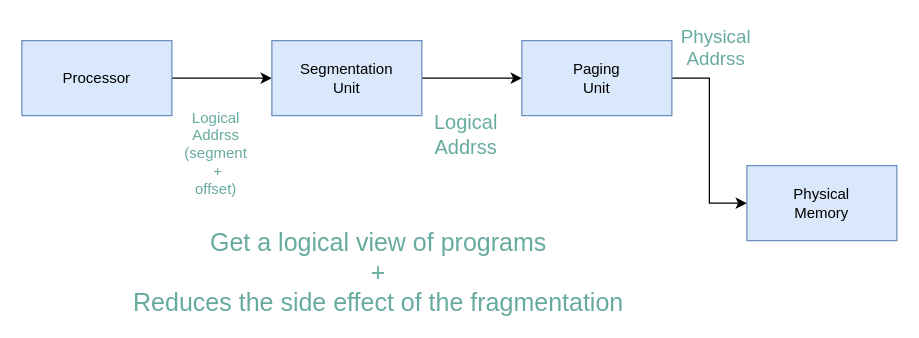
This is x86-address-translation.drawio from estraining/diagram-store, a draw.io file, before an edit. Source tidied: cells renumbered, new cells numbered last; positions are measured from the earlier drawing's top-left corner, leaving out a move shared by most shapes. Both pictures are drawn from the tidied source at 125%, with x=0, y=0 at pixel (21, 21).
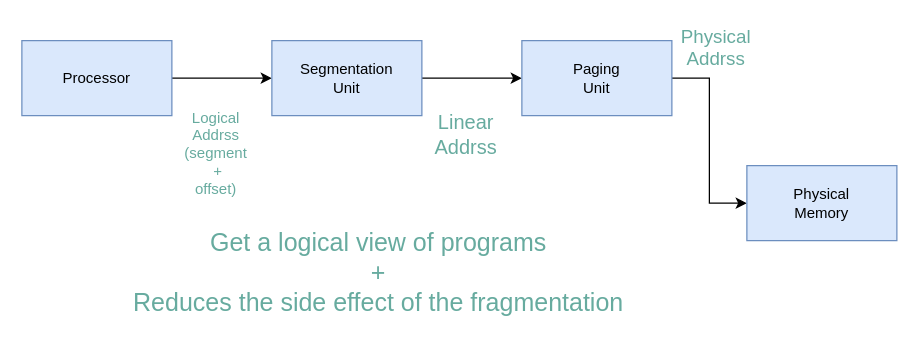
The same diagram, later.

Change to the diagram source:
```diff
@@
 <mxGraphModel>
   <root>
     <mxCell id="0" />
     <mxCell id="1" parent="0" />
     <mxCell id="2" style="edgeStyle=orthogonalEdgeStyle;rounded=0;jettySize=auto;html=1;entryX=0;entryY=0.5;entryDx=0;entryDy=0;" parent="1" edge="1" source="3" target="5">
       <mxGeometry relative="1" as="geometry" />
     </mxCell>
     <mxCell id="3" value="Processor" style="rounded=0;whiteSpace=wrap;html=1;fillColor=#dae8fc;strokeColor=#6c8ebf;" parent="1" vertex="1">
       <mxGeometry y="15" width="120" height="60" as="geometry" />
     </mxCell>
     <mxCell id="4" style="edgeStyle=orthogonalEdgeStyle;rounded=0;jettySize=auto;html=1;" parent="1" edge="1" source="5" target="7">
       <mxGeometry relative="1" as="geometry" />
     </mxCell>
     <mxCell id="5" value="Segmentation&lt;br&gt;Unit" style="rounded=0;whiteSpace=wrap;html=1;fillColor=#dae8fc;strokeColor=#6c8ebf;" parent="1" vertex="1">
       <mxGeometry x="200" y="15" width="120" height="60" as="geometry" />
     </mxCell>
     <mxCell id="6" style="edgeStyle=orthogonalEdgeStyle;rounded=0;jettySize=auto;html=1;entryX=0;entryY=0.5;entryDx=0;entryDy=0;" parent="1" edge="1" source="7" target="8">
       <mxGeometry relative="1" as="geometry" />
     </mxCell>
     <mxCell id="7" value="Paging&lt;br&gt;Unit" style="rounded=0;whiteSpace=wrap;html=1;fillColor=#dae8fc;strokeColor=#6c8ebf;" parent="1" vertex="1">
       <mxGeometry x="400" y="15" width="120" height="60" as="geometry" />
     </mxCell>
     <mxCell id="8" value="Physical&lt;br&gt;Memory" style="rounded=0;whiteSpace=wrap;html=1;fillColor=#dae8fc;strokeColor=#6c8ebf;" parent="1" vertex="1">
       <mxGeometry x="580" y="115" width="120" height="60" as="geometry" />
     </mxCell>
     <mxCell id="9" value="&lt;font color=&quot;#67ab9f&quot;&gt;Logical&lt;br&gt;Addrss&lt;br&gt;(segment&lt;br&gt;&amp;nbsp;+ &lt;br&gt;offset)&lt;br&gt;&lt;/font&gt;" style="text;html=1;align=center;verticalAlign=middle;" parent="1" vertex="1">
       <mxGeometry x="120" y="65" width="70" height="80" as="geometry" />
     </mxCell>
-    <mxCell id="10" value="&lt;font color=&quot;#67ab9f&quot; style=&quot;font-size: 16px&quot;&gt;Logical&lt;br&gt;Addrss&lt;/font&gt;" style="text;html=1;align=center;verticalAlign=middle;" parent="1" vertex="1">
+    <mxCell id="10" value="&lt;font color=&quot;#67ab9f&quot; style=&quot;font-size: 16px&quot;&gt;Linear&lt;br&gt;Addrss&lt;/font&gt;" style="text;html=1;align=center;verticalAlign=middle;" parent="1" vertex="1">
       <mxGeometry x="320" y="70" width="70" height="40" as="geometry" />
     </mxCell>
     <mxCell id="11" value="&lt;font color=&quot;#67ab9f&quot; style=&quot;font-size: 15px&quot;&gt;Physical&lt;br&gt;Addrss&lt;/font&gt;" style="text;html=1;align=center;verticalAlign=middle;" parent="1" vertex="1">
       <mxGeometry x="520" width="70" height="40" as="geometry" />
     </mxCell>
     <mxCell id="12" value="&lt;font style=&quot;font-size: 20px&quot;&gt;&lt;font color=&quot;#67ab9f&quot;&gt;Get a logical view of programs&lt;br&gt;+&lt;br&gt;Reduces the side effect of the fragmentation&lt;/font&gt;&lt;br&gt;&lt;/font&gt;" style="text;html=1;align=center;verticalAlign=middle;" parent="1" vertex="1">
       <mxGeometry x="80" y="175" width="410" height="50" as="geometry" />
     </mxCell>
   </root>
 </mxGraphModel>
```
